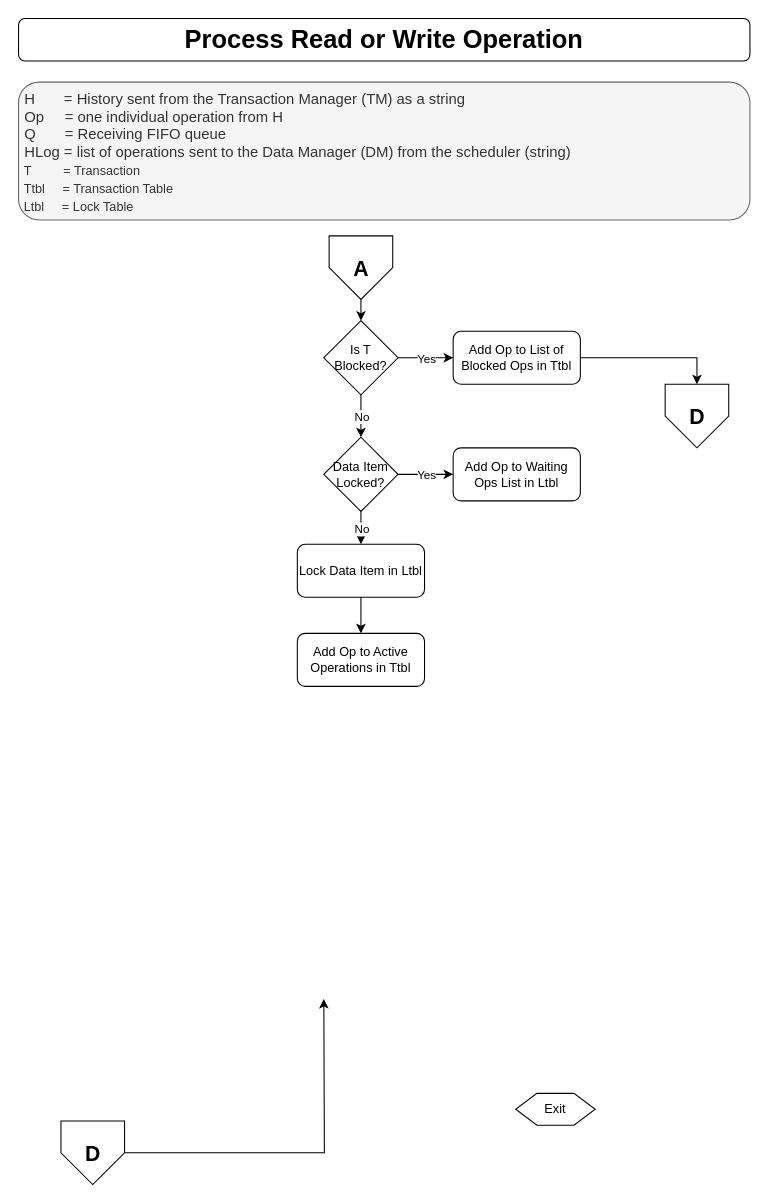
Above: Design/CS 5570 Team4 Design - Scheduler - Process RW.drawio in Rod-Skoglund/CS5570-Project (draw.io), before the change. Source tidied: cells renumbered, new cells numbered last; positions are measured from the earlier drawing's top-left corner, leaving out a move shared by most shapes. Both pictures are drawn from the tidied source at 106%, with x=0, y=0 at pixel (18, 18).
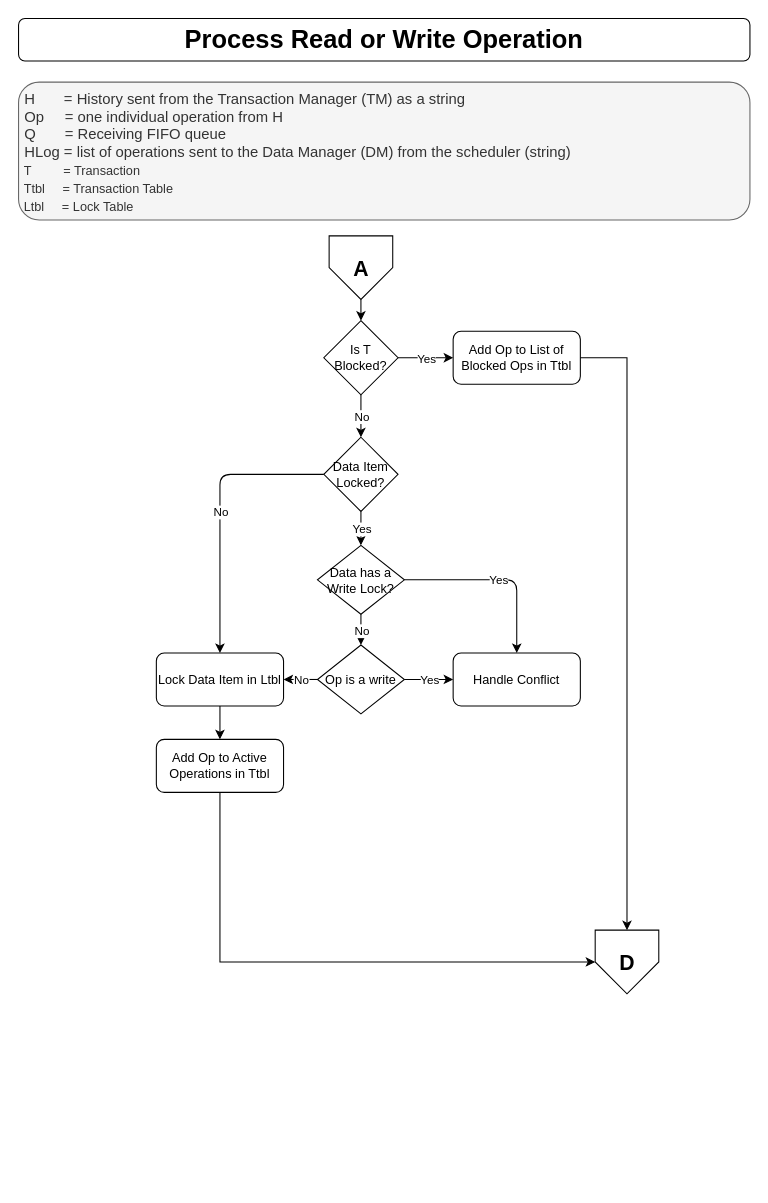
After the change.

Commit message:
Continued definition

The change refers to these unchanged cells:
```xml
<mxCell id="18" value="Data Item Locked?" style="rhombus;whiteSpace=wrap;html=1;" parent="1" vertex="1">
  <mxGeometry x="288" y="395" width="70" height="70" as="geometry" />
</mxCell>
```

Change to the diagram source:
```diff
@@
-    <mxCell id="4" value="Exit" style="shape=hexagon;perimeter=hexagonPerimeter2;whiteSpace=wrap;html=1;fixedSize=1;align=center;" parent="1" vertex="1">
-      <mxGeometry x="469" y="1014" width="75" height="30" as="geometry" />
-    </mxCell>
-    <mxCell id="5" value="D" style="verticalLabelPosition=middle;verticalAlign=middle;html=1;shape=offPageConnector;rounded=0;size=0.5;labelPosition=center;align=center;fontSize=20;fontStyle=1;" parent="1" vertex="1">
-      <mxGeometry x="40" y="1040" width="60" height="60" as="geometry" />
-    </mxCell>
-    <mxCell id="6" style="edgeStyle=orthogonalEdgeStyle;rounded=0;jettySize=auto;html=1;exitX=1;exitY=0.5;exitDx=0;exitDy=0;entryX=0;entryY=0.5;entryDx=0;entryDy=0;" parent="1" edge="1" source="5">
-      <mxGeometry x="310" y="260" as="geometry">
-        <mxPoint x="288" y="925" as="targetPoint" />
-      </mxGeometry>
+    <mxCell id="6" style="edgeStyle=orthogonalEdgeStyle;rounded=0;jettySize=auto;html=1;exitX=0.5;exitY=1;exitDx=0;exitDy=0;entryX=0;entryY=0.5;entryDx=0;entryDy=0;" parent="1" edge="1" source="24" target="11">
+      <mxGeometry x="310" y="260" as="geometry" />
     </mxCell>
@@
     <mxCell id="11" value="D" style="verticalLabelPosition=middle;verticalAlign=middle;html=1;shape=offPageConnector;rounded=0;size=0.5;labelPosition=center;align=center;fontSize=20;fontStyle=1;" parent="1" vertex="1">
-      <mxGeometry x="610" y="345" width="60" height="60" as="geometry" />
+      <mxGeometry x="544" y="860" width="60" height="60" as="geometry" />
     </mxCell>
@@
-    <mxCell id="17" value="Add Op to Waiting Ops List in Ltbl" style="rounded=1;whiteSpace=wrap;html=1;fontSize=12;glass=0;strokeWidth=1;shadow=0;" parent="1" vertex="1">
-      <mxGeometry x="410" y="405" width="120" height="50" as="geometry" />
+    <mxCell id="17" value="Handle Conflict" style="rounded=1;whiteSpace=wrap;html=1;fontSize=12;glass=0;strokeWidth=1;shadow=0;" parent="1" vertex="1">
+      <mxGeometry x="410" y="598.5" width="120" height="50" as="geometry" />
     </mxCell>
@@
-    <mxCell id="19" style="endArrow=classic;html=1;exitX=1;exitY=0.5;exitDx=0;exitDy=0;entryX=0;entryY=0.5;entryDx=0;entryDy=0;edgeStyle=orthogonalEdgeStyle;" parent="1" edge="1" source="18" target="17">
+    <mxCell id="19" style="endArrow=classic;html=1;entryX=0.5;entryY=0;entryDx=0;entryDy=0;edgeStyle=orthogonalEdgeStyle;exitX=0.5;exitY=1;exitDx=0;exitDy=0;" parent="1" edge="1" source="18" target="26">
       <mxGeometry x="320" y="295" as="geometry" />
     </mxCell>
@@
     <mxCell id="21" value="Lock Data Item in Ltbl" style="rounded=1;whiteSpace=wrap;html=1;fontSize=12;glass=0;strokeWidth=1;shadow=0;" parent="1" vertex="1">
-      <mxGeometry x="263" y="496" width="120" height="50" as="geometry" />
+      <mxGeometry x="130" y="598.5" width="120" height="50" as="geometry" />
     </mxCell>
-    <mxCell id="22" style="endArrow=classic;html=1;edgeStyle=orthogonalEdgeStyle;entryX=0.5;entryY=0;entryDx=0;entryDy=0;exitX=0.5;exitY=1;exitDx=0;exitDy=0;" parent="1" edge="1" source="18" target="21">
-      <mxGeometry x="320" y="295" as="geometry" />
+    <mxCell id="22" style="endArrow=classic;html=1;edgeStyle=orthogonalEdgeStyle;entryX=0.5;entryY=0;entryDx=0;entryDy=0;exitX=0;exitY=0.5;exitDx=0;exitDy=0;" parent="1" edge="1" source="18" target="21">
+      <mxGeometry x="320" y="295" as="geometry">
+        <Array as="points">
+          <mxPoint x="190" y="430" />
+        </Array>
+      </mxGeometry>
     </mxCell>
@@
     <mxCell id="24" value="Add Op to Active Operations in Ttbl" style="rounded=1;whiteSpace=wrap;html=1;fontSize=12;glass=0;strokeWidth=1;shadow=0;" parent="1" vertex="1">
-      <mxGeometry x="263" y="580" width="120" height="50" as="geometry" />
+      <mxGeometry x="130" y="680" width="120" height="50" as="geometry" />
     </mxCell>
     <mxCell id="25" style="edgeStyle=orthogonalEdgeStyle;rounded=0;jettySize=auto;html=1;entryX=0.5;entryY=0;entryDx=0;entryDy=0;exitX=0.5;exitY=1;exitDx=0;exitDy=0;" parent="1" edge="1" source="21" target="24">
-      <mxGeometry x="320" y="295" as="geometry" />
+      <mxGeometry x="320" y="490" as="geometry" />
     </mxCell>
+    <mxCell id="26" value="Data has a Write Lock?" style="rhombus;whiteSpace=wrap;html=1;" parent="1" vertex="1">
+      <mxGeometry x="282" y="497" width="82" height="65" as="geometry" />
+    </mxCell>
+    <mxCell id="27" value="Op is a write" style="rhombus;whiteSpace=wrap;html=1;" parent="1" vertex="1">
+      <mxGeometry x="282" y="591" width="82" height="65" as="geometry" />
+    </mxCell>
+    <mxCell id="28" style="endArrow=classic;html=1;edgeStyle=orthogonalEdgeStyle;entryX=0.5;entryY=0;entryDx=0;entryDy=0;exitX=0.5;exitY=1;exitDx=0;exitDy=0;" parent="1" edge="1" source="26" target="27">
+      <mxGeometry x="320" y="295" as="geometry" />
+    </mxCell>
+    <mxCell id="29" value="No" style="edgeLabel;html=1;align=center;verticalAlign=middle;" parent="28" vertex="1">
+      <mxGeometry relative="1" as="geometry" />
+    </mxCell>
+    <mxCell id="30" style="endArrow=classic;html=1;edgeStyle=orthogonalEdgeStyle;entryX=1;entryY=0.5;entryDx=0;entryDy=0;exitX=0;exitY=0.5;exitDx=0;exitDy=0;" parent="1" edge="1" source="27" target="21">
+      <mxGeometry x="330" y="305" as="geometry" />
+    </mxCell>
+    <mxCell id="31" value="No" style="edgeLabel;html=1;align=center;verticalAlign=middle;" parent="30" vertex="1">
+      <mxGeometry relative="1" as="geometry" />
+    </mxCell>
+    <mxCell id="32" style="endArrow=classic;html=1;exitX=1;exitY=0.5;exitDx=0;exitDy=0;entryX=0.5;entryY=0;entryDx=0;entryDy=0;edgeStyle=orthogonalEdgeStyle;" parent="1" edge="1" source="26" target="17">
+      <mxGeometry x="320" y="295" as="geometry" />
+    </mxCell>
+    <mxCell id="33" value="Yes" style="edgeLabel;html=1;align=center;verticalAlign=middle;" parent="32" vertex="1">
+      <mxGeometry relative="1" as="geometry" />
+    </mxCell>
+    <mxCell id="34" style="endArrow=classic;html=1;exitX=1;exitY=0.5;exitDx=0;exitDy=0;entryX=0;entryY=0.5;entryDx=0;entryDy=0;edgeStyle=orthogonalEdgeStyle;" parent="1" edge="1" source="27" target="17">
+      <mxGeometry x="330" y="305" as="geometry" />
+    </mxCell>
+    <mxCell id="35" value="Yes" style="edgeLabel;html=1;align=center;verticalAlign=middle;" parent="34" vertex="1">
+      <mxGeometry relative="1" as="geometry" />
+    </mxCell>
```
